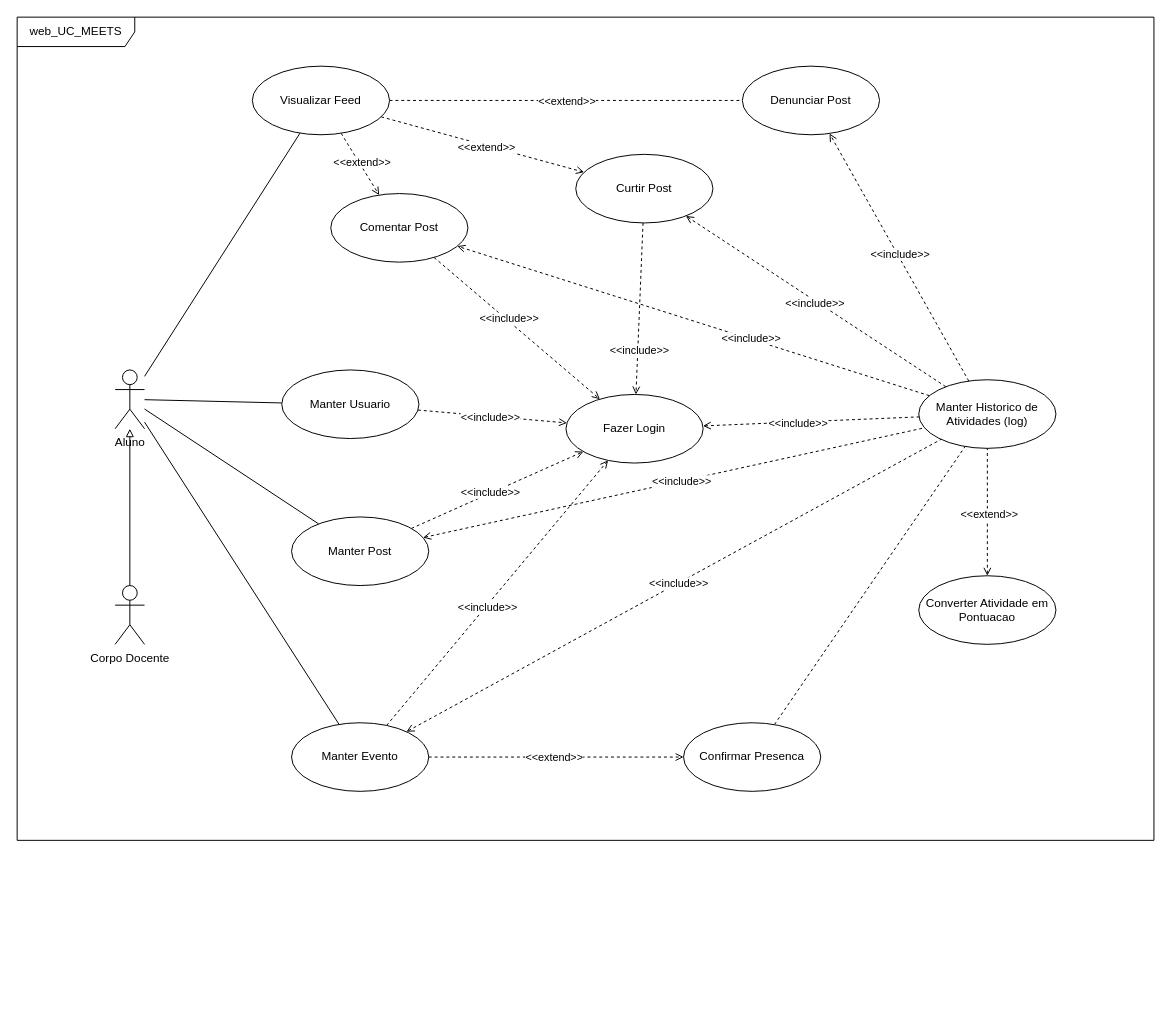
This is Draw.io/web_UC_MEETS.drawio from Organization-Meets/Meets_Docs, a draw.io file, before an edit. Source tidied: cells renumbered, new cells numbered last; positions are measured from the earlier drawing's top-left corner, leaving out a move shared by most shapes. Both pictures are drawn from the tidied source at 98%, with x=0, y=0 at pixel (17, 17).
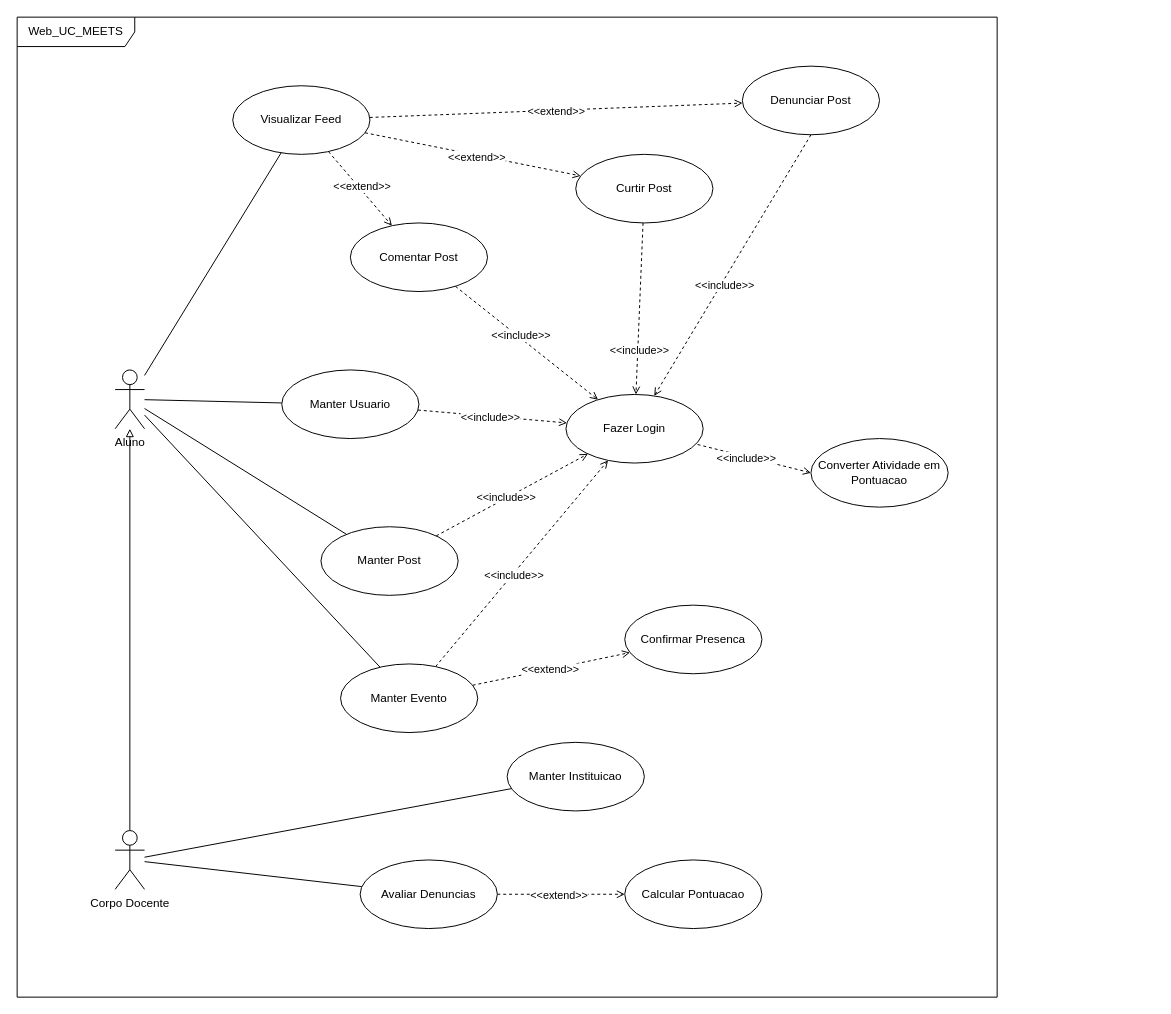
The same diagram, later.

The change refers to these unchanged cells:
```xml
<mxCell id="14" value="Denunciar Post" style="ellipse;whiteSpace=wrap;html=1;" parent="1" vertex="1">
  <mxGeometry x="740" y="50" width="140" height="70" as="geometry" />
</mxCell>
<mxCell id="20" value="Curtir Post" style="ellipse;whiteSpace=wrap;html=1;" parent="1" vertex="1">
  <mxGeometry x="570" y="140" width="140" height="70" as="geometry" />
</mxCell>
<mxCell id="23" value="Fazer Login" style="ellipse;whiteSpace=wrap;html=1;" parent="1" vertex="1">
  <mxGeometry x="560" y="385" width="140" height="70" as="geometry" />
</mxCell>
```

Diff of the diagram source:
```diff
@@
-    <mxCell id="3" style="rounded=0;jettySize=auto;html=1;endArrow=none;endFill=0;dashed=1;" parent="1" edge="1" source="9" target="14">
+    <mxCell id="3" style="rounded=0;jettySize=auto;html=1;endArrow=open;endFill=0;dashed=1;" parent="1" edge="1" source="9" target="14">
       <mxGeometry relative="1" as="geometry" />
     </mxCell>
@@
     <mxCell id="9" value="Visualizar Feed" style="ellipse;whiteSpace=wrap;html=1;" parent="1" vertex="1">
-      <mxGeometry x="240" y="50" width="140" height="70" as="geometry" />
+      <mxGeometry x="220" y="70" width="140" height="70" as="geometry" />
     </mxCell>
-    <mxCell id="10" value="web_UC_MEETS" style="shape=umlFrame;whiteSpace=wrap;html=1;width=120;height=30;" parent="1" vertex="1">
-      <mxGeometry width="1160" height="840" as="geometry" />
+    <mxCell id="10" value="Web_UC_MEETS" style="shape=umlFrame;whiteSpace=wrap;html=1;width=120;height=30;" parent="1" vertex="1">
+      <mxGeometry width="1000" height="1000" as="geometry" />
     </mxCell>
@@
     <mxCell id="13" value="Corpo Docente" style="shape=umlActor;verticalLabelPosition=bottom;verticalAlign=top;html=1;" parent="1" vertex="1">
-      <mxGeometry x="100" y="580" width="30" height="60" as="geometry" />
+      <mxGeometry x="100" y="830" width="30" height="60" as="geometry" />
     </mxCell>
+    <mxCell id="54" style="rounded=0;jettySize=auto;html=1;exitX=0.5;exitY=1;exitDx=0;exitDy=0;dashed=1;endArrow=open;endFill=0;" parent="1" edge="1" source="14" target="23">
+      <mxGeometry relative="1" as="geometry" />
+    </mxCell>
+    <mxCell id="55" value="&amp;lt;&amp;lt;include&amp;gt;&amp;gt;" style="edgeLabel;html=1;align=center;verticalAlign=middle;" parent="54" vertex="1">
+      <mxGeometry x="0.14" y="3" relative="1" as="geometry" />
+    </mxCell>
@@
     <mxCell id="17" value="Comentar Post" style="ellipse;whiteSpace=wrap;html=1;" parent="1" vertex="1">
-      <mxGeometry x="320" y="180" width="140" height="70" as="geometry" />
+      <mxGeometry x="340" y="210" width="140" height="70" as="geometry" />
     </mxCell>
@@
-    <mxCell id="21" style="rounded=0;jettySize=auto;html=1;endArrow=none;endFill=0;dashed=1;startArrow=open;startFill=0;" parent="1" edge="1" source="23" target="30">
-      <mxGeometry relative="1" as="geometry" />
-    </mxCell>
-    <mxCell id="22" value="&amp;lt;&amp;lt;include&amp;gt;&amp;gt;" style="edgeLabel;html=1;align=center;verticalAlign=middle;" parent="21" vertex="1">
-      <mxGeometry x="-0.12" y="-1" relative="1" as="geometry" />
-    </mxCell>
@@
-    <mxCell id="24" style="rounded=0;jettySize=auto;html=1;endArrow=open;endFill=0;dashed=1;startArrow=none;startFill=0;" parent="1" edge="1" source="30" target="14">
-      <mxGeometry relative="1" as="geometry" />
-    </mxCell>
-    <mxCell id="25" value="&amp;lt;&amp;lt;include&amp;gt;&amp;gt;" style="edgeLabel;html=1;align=center;verticalAlign=middle;" parent="24" vertex="1">
-      <mxGeometry x="0.02" y="-2" relative="1" as="geometry" />
-    </mxCell>
-    <mxCell id="26" style="rounded=0;jettySize=auto;html=1;dashed=1;endArrow=open;endFill=0;" parent="1" edge="1" source="30" target="20">
-      <mxGeometry relative="1" as="geometry" />
-    </mxCell>
-    <mxCell id="27" value="&amp;lt;&amp;lt;include&amp;gt;&amp;gt;" style="edgeLabel;html=1;align=center;verticalAlign=middle;" parent="26" vertex="1">
-      <mxGeometry y="2" relative="1" as="geometry" />
-    </mxCell>
-    <mxCell id="28" style="rounded=0;jettySize=auto;html=1;endArrow=open;endFill=0;dashed=1;" parent="1" edge="1" source="30" target="17">
-      <mxGeometry relative="1" as="geometry" />
-    </mxCell>
-    <mxCell id="29" value="&amp;lt;&amp;lt;include&amp;gt;&amp;gt;" style="edgeLabel;html=1;align=center;verticalAlign=middle;" parent="28" vertex="1">
-      <mxGeometry x="-0.24" y="-1" relative="1" as="geometry" />
-    </mxCell>
-    <mxCell id="30" value="Manter Historico de Atividades (log)" style="ellipse;whiteSpace=wrap;html=1;" parent="1" vertex="1">
-      <mxGeometry x="920" y="370" width="140" height="70" as="geometry" />
-    </mxCell>
@@
-    <mxCell id="38" style="rounded=0;jettySize=auto;html=1;endArrow=none;endFill=0;dashed=1;startArrow=open;startFill=0;" parent="1" edge="1" source="40" target="30">
-      <mxGeometry relative="1" as="geometry" />
-    </mxCell>
-    <mxCell id="39" value="&amp;lt;&amp;lt;include&amp;gt;&amp;gt;" style="edgeLabel;html=1;align=center;verticalAlign=middle;" parent="38" vertex="1">
-      <mxGeometry x="0.03" relative="1" as="geometry" />
-    </mxCell>
     <mxCell id="40" value="Manter Post" style="ellipse;whiteSpace=wrap;html=1;" parent="1" vertex="1">
-      <mxGeometry x="280" y="510" width="140" height="70" as="geometry" />
+      <mxGeometry x="310" y="520" width="140" height="70" as="geometry" />
     </mxCell>
@@
-    <mxCell id="44" style="rounded=0;jettySize=auto;html=1;dashed=1;endArrow=none;endFill=0;startArrow=open;startFill=0;" parent="1" edge="1" source="48" target="30">
-      <mxGeometry relative="1" as="geometry" />
-    </mxCell>
-    <mxCell id="45" value="&amp;lt;&amp;lt;include&amp;gt;&amp;gt;" style="edgeLabel;html=1;align=center;verticalAlign=middle;" parent="44" vertex="1">
-      <mxGeometry x="0.02" relative="1" as="geometry">
-        <mxPoint x="-1" as="offset" />
-      </mxGeometry>
-    </mxCell>
@@
     <mxCell id="48" value="Manter Evento" style="ellipse;whiteSpace=wrap;html=1;" parent="1" vertex="1">
-      <mxGeometry x="280" y="720" width="140" height="70" as="geometry" />
+      <mxGeometry x="330" y="660" width="140" height="70" as="geometry" />
     </mxCell>
-    <mxCell id="49" style="rounded=0;jettySize=auto;html=1;dashed=1;endArrow=none;endFill=0;" parent="1" edge="1" source="50" target="30">
-      <mxGeometry relative="1" as="geometry" />
-    </mxCell>
     <mxCell id="50" value="Confirmar Presenca" style="ellipse;whiteSpace=wrap;html=1;" parent="1" vertex="1">
-      <mxGeometry x="680" y="720" width="140" height="70" as="geometry" />
+      <mxGeometry x="620" y="600" width="140" height="70" as="geometry" />
     </mxCell>
-    <mxCell id="51" style="rounded=0;jettySize=auto;html=1;dashed=1;endArrow=none;endFill=0;startArrow=open;startFill=0;" parent="1" edge="1" source="53" target="30">
-      <mxGeometry relative="1" as="geometry" />
-    </mxCell>
+    <mxCell id="56" style="rounded=0;jettySize=auto;html=1;exitX=0;exitY=0.5;exitDx=0;exitDy=0;dashed=1;endArrow=none;endFill=0;startArrow=open;startFill=0;" parent="1" edge="1" source="53" target="23">
+      <mxGeometry relative="1" as="geometry" />
+    </mxCell>
+    <mxCell id="57" value="&amp;lt;&amp;lt;include&amp;gt;&amp;gt;" style="edgeLabel;html=1;align=center;verticalAlign=middle;" parent="56" vertex="1">
+      <mxGeometry x="0.12" y="1" relative="1" as="geometry" />
+    </mxCell>
+    <mxCell id="53" value="Converter Atividade em Pontuacao" style="ellipse;whiteSpace=wrap;html=1;" parent="1" vertex="1">
+      <mxGeometry x="810" y="430" width="140" height="70" as="geometry" />
+    </mxCell>
+    <mxCell id="58" style="rounded=0;jettySize=auto;html=1;endArrow=none;endFill=0;" parent="1" edge="1" source="60" target="13">
+      <mxGeometry relative="1" as="geometry" />
+    </mxCell>
+    <mxCell id="59" style="rounded=0;jettySize=auto;html=1;endArrow=open;endFill=0;dashed=1;" parent="1" edge="1" source="60" target="61">
+      <mxGeometry relative="1" as="geometry" />
+    </mxCell>
-    <mxCell id="52" value="&amp;lt;&amp;lt;extend&amp;gt;&amp;gt;" style="edgeLabel;html=1;align=center;verticalAlign=middle;" parent="51" vertex="1">
-      <mxGeometry x="-0.03" y="-1" relative="1" as="geometry" />
+    <mxCell id="52" value="&amp;lt;&amp;lt;extend&amp;gt;&amp;gt;" style="edgeLabel;html=1;align=center;verticalAlign=middle;" parent="59" vertex="1">
+      <mxGeometry x="-0.1" y="-5" relative="1" as="geometry">
+        <mxPoint x="3" y="-5" as="offset" />
+      </mxGeometry>
     </mxCell>
-    <mxCell id="53" value="Converter Atividade em Pontuacao" style="ellipse;whiteSpace=wrap;html=1;" parent="1" vertex="1">
-      <mxGeometry x="920" y="570" width="140" height="70" as="geometry" />
-    </mxCell>
+    <mxCell id="60" value="Avaliar Denuncias" style="ellipse;whiteSpace=wrap;html=1;" parent="1" vertex="1">
+      <mxGeometry x="350" y="860" width="140" height="70" as="geometry" />
+    </mxCell>
+    <mxCell id="61" value="Calcular Pontuacao" style="ellipse;whiteSpace=wrap;html=1;" parent="1" vertex="1">
+      <mxGeometry x="620" y="860" width="140" height="70" as="geometry" />
+    </mxCell>
+    <mxCell id="62" style="rounded=0;jettySize=auto;html=1;endArrow=none;endFill=0;" parent="1" edge="1" source="63" target="13">
+      <mxGeometry relative="1" as="geometry" />
+    </mxCell>
+    <mxCell id="63" value="Manter Instituicao" style="ellipse;whiteSpace=wrap;html=1;" parent="1" vertex="1">
+      <mxGeometry x="500" y="740" width="140" height="70" as="geometry" />
+    </mxCell>
```
